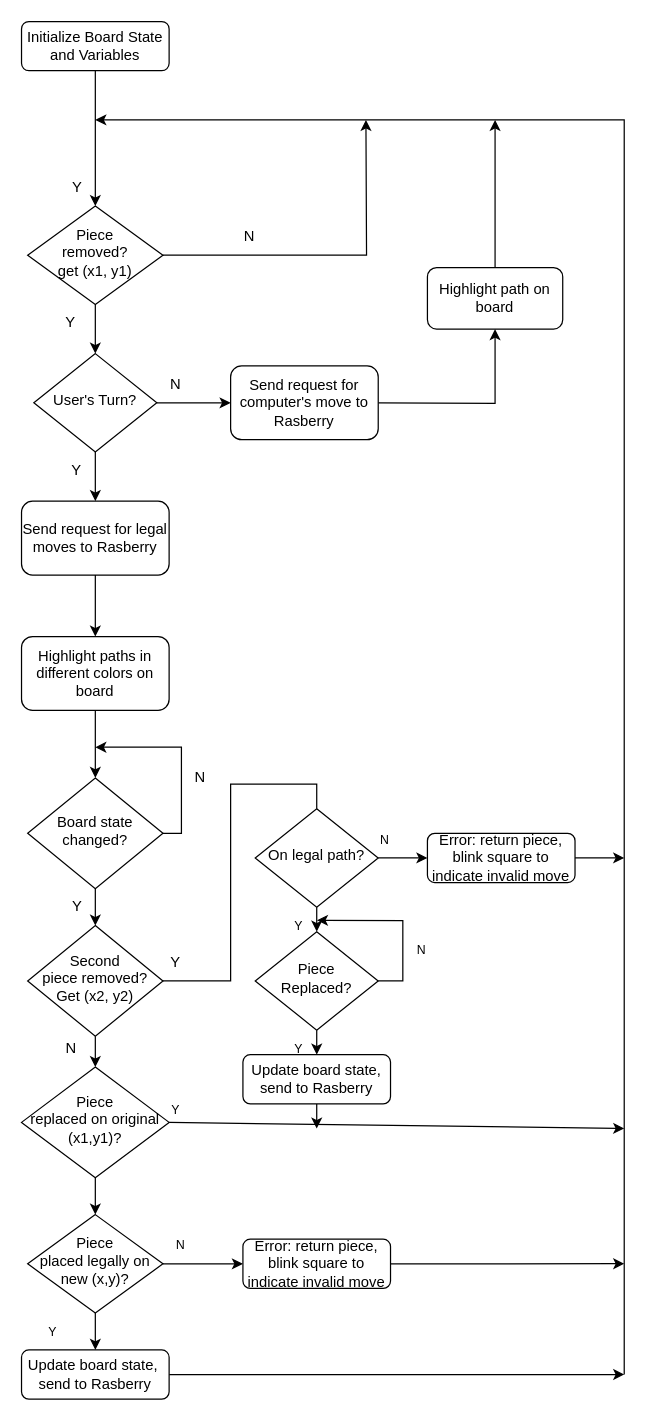
Above: Arduino/mainLoop.drawio in jtsang02/leetChess (draw.io), before the change. Source tidied: cells renumbered, new cells numbered last; positions are measured from the earlier drawing's top-left corner, leaving out a move shared by most shapes. Both pictures are drawn from the tidied source at 123%, with x=0, y=0 at pixel (21, 21).
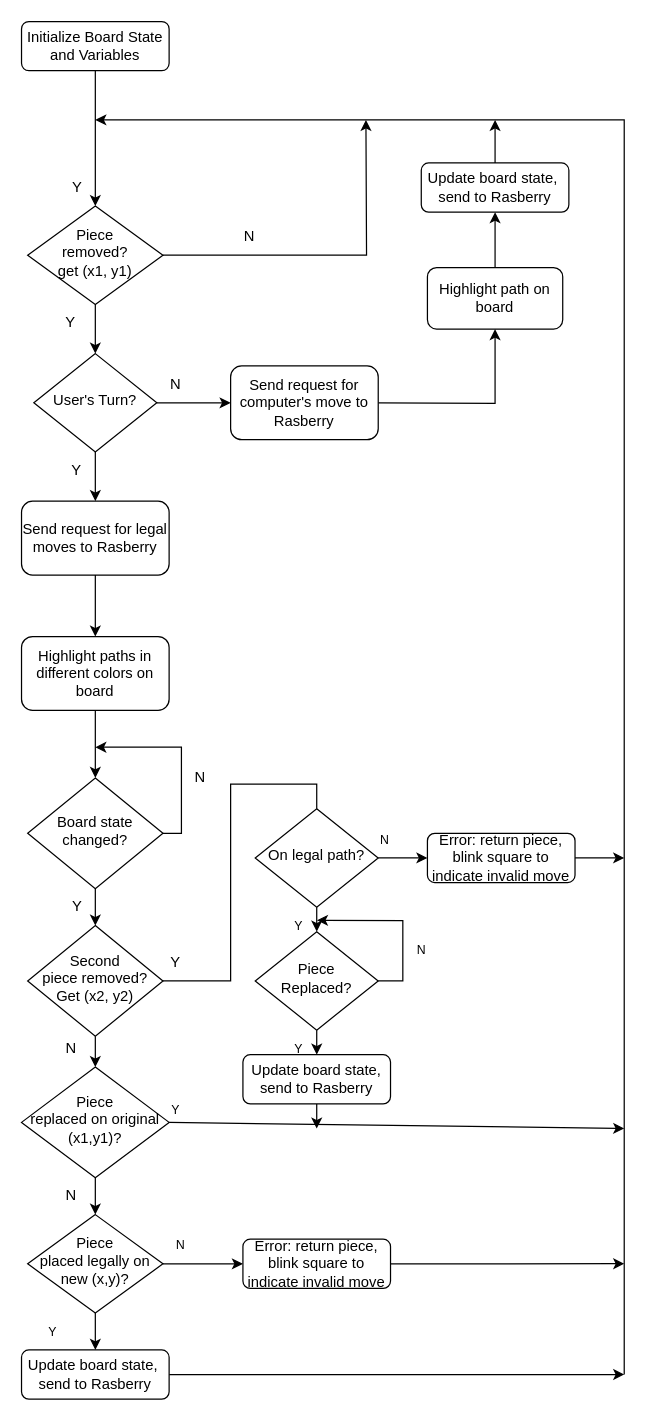
After the change.

The change refers to these unchanged cells:
```xml
<mxCell id="55" value="Highlight path on board" style="rounded=1;whiteSpace=wrap;html=1;" parent="1" vertex="1">
  <mxGeometry x="330" y="200" width="110" height="50" as="geometry" />
</mxCell>
```

Change to the diagram source:
```diff
@@
-    <mxCell id="54" style="edgeStyle=none;html=1;exitX=0.5;exitY=0;exitDx=0;exitDy=0;" parent="1" edge="1" source="55">
-      <mxGeometry relative="1" as="geometry">
-        <mxPoint x="385" y="80" as="targetPoint" />
-      </mxGeometry>
+    <mxCell id="54" style="edgeStyle=none;html=1;exitX=0.5;exitY=0;exitDx=0;exitDy=0;entryX=0.5;entryY=1;entryDx=0;entryDy=0;" parent="1" edge="1" source="55" target="61">
+      <mxGeometry relative="1" as="geometry" />
     </mxCell>
@@
+    <mxCell id="61" value="Update board state,&amp;nbsp;&lt;br&gt;send to Rasberry" style="rounded=1;whiteSpace=wrap;html=1;fontSize=12;glass=0;strokeWidth=1;shadow=0;" parent="1" vertex="1">
+      <mxGeometry x="325" y="115" width="120" height="40" as="geometry" />
+    </mxCell>
+    <mxCell id="62" style="endArrow=classic;html=1;rounded=0;exitX=0.5;exitY=0;exitDx=0;exitDy=0;" parent="1" edge="1" source="61">
+      <mxGeometry relative="1" as="geometry">
+        <mxPoint x="385" y="80" as="targetPoint" />
+        <Array as="points">
+          <mxPoint x="385" y="100" />
+        </Array>
+      </mxGeometry>
+    </mxCell>
+    <mxCell id="63" value="N" style="text;html=1;align=center;verticalAlign=middle;strokeColor=none;fillColor=none;" parent="1" vertex="1">
+      <mxGeometry x="25" y="940" width="30" height="30" as="geometry" />
+    </mxCell>
```
